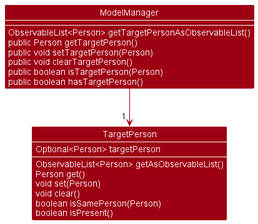
The PlantUML diagram docs/images/TargetPersonClassDiagram.png in nus-cs2103-AY2223S1/tp, before a commit. Source of this version:
```plantuml
@startuml
!include style.puml
show members
skinparam arrowThickness 1.1
skinparam arrowColor MODEL_COLOR
skinparam classBackgroundColor MODEL_COLOR


Class ModelManager {
    ObservableList<Person> getTargetPersonAsObservableList()
    public Person getTargetPerson()
    public void setTargetPerson(Person)
    public void clearTargetPerson()
    public boolean isTargetPerson(Person)
    public boolean hasTargetPerson()
}

Class TargetPerson {
    Optional<Person> targetPerson

    ObservableList<Person> getAsObservableList()
    Person get()
    void set(Person)
    void clear()
    boolean isSamePerson(Person)
    boolean isPresent()
}

ModelManager -down-> "1 " TargetPerson

@enduml
```
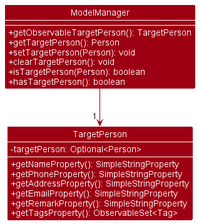
Later version of the same file.

The edit, as a diff of the source:
```diff
@@ -3,27 +3,28 @@
 show members
 skinparam arrowThickness 1.1
 skinparam arrowColor MODEL_COLOR
+skinparam classAttributeIconSize 0
 skinparam classBackgroundColor MODEL_COLOR
 
 
 Class ModelManager {
-    ObservableList<Person> getTargetPersonAsObservableList()
-    public Person getTargetPerson()
-    public void setTargetPerson(Person)
-    public void clearTargetPerson()
-    public boolean isTargetPerson(Person)
-    public boolean hasTargetPerson()
+    +getObservableTargetPerson(): TargetPerson
+    +getTargetPerson(): Person
+    +setTargetPerson(Person): void
+    +clearTargetPerson(): void
+    +isTargetPerson(Person): boolean
+    +hasTargetPerson(): boolean
 }
 
 Class TargetPerson {
-    Optional<Person> targetPerson
+    -targetPerson: Optional<Person>
 
-    ObservableList<Person> getAsObservableList()
-    Person get()
-    void set(Person)
-    void clear()
-    boolean isSamePerson(Person)
-    boolean isPresent()
+    +getNameProperty(): SimpleStringProperty
+    +getPhoneProperty(): SimpleStringProperty
+    +getAddressProperty(): SimpleStringProperty
+    +getEmailProperty(): SimpleStringProperty
+    +getRemarkProperty(): SimpleStringProperty
+    +getTagsProperty(): ObservableSet<Tag>
 }
 
 ModelManager -down-> "1 " TargetPerson
```
